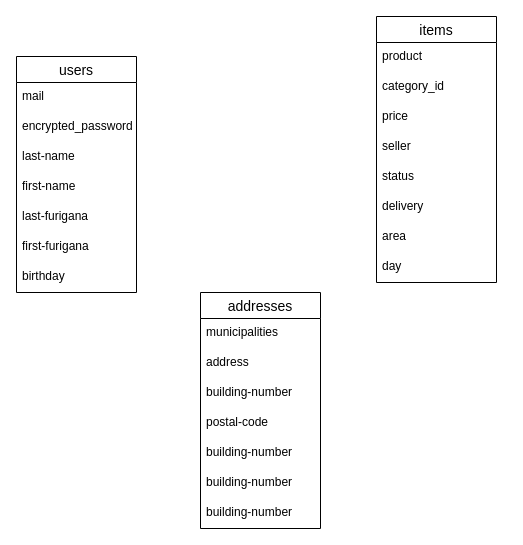
Before: test.dio in shoun123/furima-34519, a draw.io diagram. Source tidied: cells renumbered, new cells numbered last; positions are measured from the earlier drawing's top-left corner, leaving out a move shared by most shapes. Both pictures are drawn from the tidied source at 100%, with x=0, y=0 at pixel (16, 16).
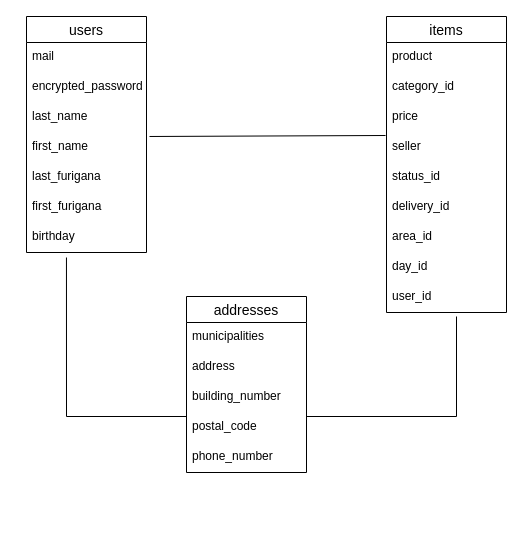
Above is the later version.

Commit message (it also covers changes not shown here):
データベース設計

The change refers to these unchanged cells:
```xml
<mxCell id="6" value="seller" style="text;strokeColor=none;fillColor=none;spacingLeft=4;spacingRight=4;overflow=hidden;points=[[0,0.5],[1,0.5]];portConstraint=eastwest;fontSize=12;" parent="2" vertex="1">
  <mxGeometry y="116" width="120" height="30" as="geometry" />
</mxCell>
<mxCell id="18" value="birthday" style="text;strokeColor=none;fillColor=none;spacingLeft=4;spacingRight=4;overflow=hidden;points=[[0,0.5],[1,0.5]];portConstraint=eastwest;fontSize=12;" parent="11" vertex="1">
  <mxGeometry y="206" width="120" height="30" as="geometry" />
</mxCell>
```

What changed in the source:
```diff
@@
     <mxCell id="2" value="items" style="swimlane;fontStyle=0;horizontal=1;startSize=26;align=center;fontSize=14;" parent="1" vertex="1">
-      <mxGeometry x="360" width="120" height="266" as="geometry" />
+      <mxGeometry x="370" width="120" height="296" as="geometry" />
     </mxCell>
@@
-    <mxCell id="7" value="status" style="text;strokeColor=none;fillColor=none;spacingLeft=4;spacingRight=4;overflow=hidden;fontSize=12;" parent="2" vertex="1">
+    <mxCell id="7" value="status_id" style="text;strokeColor=none;fillColor=none;spacingLeft=4;spacingRight=4;overflow=hidden;fontSize=12;" parent="2" vertex="1">
       <mxGeometry y="146" width="120" height="30" as="geometry" />
     </mxCell>
-    <mxCell id="8" value="delivery" style="text;strokeColor=none;fillColor=none;spacingLeft=4;spacingRight=4;overflow=hidden;fontSize=12;" parent="2" vertex="1">
+    <mxCell id="8" value="delivery_id" style="text;strokeColor=none;fillColor=none;spacingLeft=4;spacingRight=4;overflow=hidden;fontSize=12;" parent="2" vertex="1">
       <mxGeometry y="176" width="120" height="30" as="geometry" />
     </mxCell>
-    <mxCell id="9" value="area" style="text;strokeColor=none;fillColor=none;spacingLeft=4;spacingRight=4;overflow=hidden;fontSize=12;" parent="2" vertex="1">
+    <mxCell id="9" value="area_id" style="text;strokeColor=none;fillColor=none;spacingLeft=4;spacingRight=4;overflow=hidden;fontSize=12;" parent="2" vertex="1">
       <mxGeometry y="206" width="120" height="30" as="geometry" />
     </mxCell>
-    <mxCell id="10" value="day" style="text;strokeColor=none;fillColor=none;spacingLeft=4;spacingRight=4;overflow=hidden;fontSize=12;" parent="2" vertex="1">
+    <mxCell id="10" value="day_id" style="text;strokeColor=none;fillColor=none;spacingLeft=4;spacingRight=4;overflow=hidden;fontSize=12;" parent="2" vertex="1">
       <mxGeometry y="236" width="120" height="30" as="geometry" />
     </mxCell>
+    <mxCell id="27" value="user_id" style="text;strokeColor=none;fillColor=none;spacingLeft=4;spacingRight=4;overflow=hidden;fontSize=12;" parent="2" vertex="1">
+      <mxGeometry y="266" width="120" height="30" as="geometry" />
+    </mxCell>
     <mxCell id="11" value="users" style="swimlane;fontStyle=0;horizontal=1;startSize=26;align=center;fontSize=14;" parent="1" vertex="1">
-      <mxGeometry y="40" width="120" height="236" as="geometry" />
+      <mxGeometry x="10" width="120" height="236" as="geometry" />
     </mxCell>
@@
-    <mxCell id="14" value="last-name" style="text;strokeColor=none;fillColor=none;spacingLeft=4;spacingRight=4;overflow=hidden;fontSize=12;" parent="11" vertex="1">
+    <mxCell id="14" value="last_name" style="text;strokeColor=none;fillColor=none;spacingLeft=4;spacingRight=4;overflow=hidden;fontSize=12;" parent="11" vertex="1">
       <mxGeometry y="86" width="120" height="30" as="geometry" />
     </mxCell>
-    <mxCell id="15" value="first-name" style="text;strokeColor=none;fillColor=none;spacingLeft=4;spacingRight=4;overflow=hidden;points=[[0,0.5],[1,0.5]];portConstraint=eastwest;fontSize=12;" parent="11" vertex="1">
+    <mxCell id="15" value="first_name" style="text;strokeColor=none;fillColor=none;spacingLeft=4;spacingRight=4;overflow=hidden;points=[[0,0.5],[1,0.5]];portConstraint=eastwest;fontSize=12;" parent="11" vertex="1">
       <mxGeometry y="116" width="120" height="30" as="geometry" />
     </mxCell>
-    <mxCell id="16" value="last-furigana" style="text;strokeColor=none;fillColor=none;spacingLeft=4;spacingRight=4;overflow=hidden;fontSize=12;" parent="11" vertex="1">
+    <mxCell id="16" value="last_furigana" style="text;strokeColor=none;fillColor=none;spacingLeft=4;spacingRight=4;overflow=hidden;fontSize=12;" parent="11" vertex="1">
       <mxGeometry y="146" width="120" height="30" as="geometry" />
     </mxCell>
-    <mxCell id="17" value="first-furigana" style="text;strokeColor=none;fillColor=none;spacingLeft=4;spacingRight=4;overflow=hidden;fontSize=12;" parent="11" vertex="1">
+    <mxCell id="17" value="first_furigana" style="text;strokeColor=none;fillColor=none;spacingLeft=4;spacingRight=4;overflow=hidden;fontSize=12;" parent="11" vertex="1">
       <mxGeometry y="176" width="120" height="30" as="geometry" />
     </mxCell>
@@
     <mxCell id="19" value="addresses" style="swimlane;fontStyle=0;horizontal=1;startSize=26;align=center;fontSize=14;" parent="1" vertex="1">
-      <mxGeometry x="184" y="276" width="120" height="236" as="geometry" />
+      <mxGeometry x="170" y="280" width="120" height="176" as="geometry" />
     </mxCell>
@@
-    <mxCell id="22" value="building-number" style="text;strokeColor=none;fillColor=none;spacingLeft=4;spacingRight=4;overflow=hidden;fontSize=12;" parent="19" vertex="1">
+    <mxCell id="22" value="building_number" style="text;strokeColor=none;fillColor=none;spacingLeft=4;spacingRight=4;overflow=hidden;fontSize=12;" parent="19" vertex="1">
       <mxGeometry y="86" width="120" height="30" as="geometry" />
     </mxCell>
-    <mxCell id="23" value="postal-code" style="text;strokeColor=none;fillColor=none;spacingLeft=4;spacingRight=4;overflow=hidden;fontSize=12;" parent="19" vertex="1">
+    <mxCell id="23" value="postal_code" style="text;strokeColor=none;fillColor=none;spacingLeft=4;spacingRight=4;overflow=hidden;fontSize=12;" parent="19" vertex="1">
       <mxGeometry y="116" width="120" height="30" as="geometry" />
     </mxCell>
-    <mxCell id="24" value="building-number" style="text;strokeColor=none;fillColor=none;spacingLeft=4;spacingRight=4;overflow=hidden;fontSize=12;" parent="19" vertex="1">
+    <mxCell id="24" value="phone_number" style="text;strokeColor=none;fillColor=none;spacingLeft=4;spacingRight=4;overflow=hidden;fontSize=12;" parent="19" vertex="1">
       <mxGeometry y="146" width="120" height="30" as="geometry" />
     </mxCell>
-    <mxCell id="25" value="building-number" style="text;strokeColor=none;fillColor=none;spacingLeft=4;spacingRight=4;overflow=hidden;fontSize=12;" parent="19" vertex="1">
-      <mxGeometry y="176" width="120" height="30" as="geometry" />
-    </mxCell>
-    <mxCell id="26" value="building-number" style="text;strokeColor=none;fillColor=none;spacingLeft=4;spacingRight=4;overflow=hidden;fontSize=12;" parent="19" vertex="1">
-      <mxGeometry y="206" width="120" height="30" as="geometry" />
-    </mxCell>
+    <mxCell id="28" style="endArrow=none;html=1;rounded=0;exitX=1.025;exitY=0.133;exitDx=0;exitDy=0;exitPerimeter=0;entryX=-0.008;entryY=0.1;entryDx=0;entryDy=0;entryPerimeter=0;" parent="1" edge="1" source="15" target="6">
+      <mxGeometry relative="1" as="geometry" />
+    </mxCell>
+    <mxCell id="29" style="endArrow=none;html=1;rounded=0;exitX=0.333;exitY=1.167;exitDx=0;exitDy=0;exitPerimeter=0;" parent="1" edge="1" source="18">
+      <mxGeometry relative="1" as="geometry">
+        <mxPoint x="170" y="400" as="targetPoint" />
+        <Array as="points">
+          <mxPoint x="50" y="400" />
+        </Array>
+      </mxGeometry>
+    </mxCell>
+    <mxCell id="30" style="endArrow=none;html=1;rounded=0;" parent="1" edge="1">
+      <mxGeometry relative="1" as="geometry">
+        <mxPoint x="290" y="400" as="sourcePoint" />
+        <mxPoint x="440" y="300" as="targetPoint" />
+        <Array as="points">
+          <mxPoint x="440" y="400" />
+        </Array>
+      </mxGeometry>
+    </mxCell>
```
